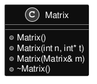
Above: inline_umlgraph_1.png in kluchoo/Matrix (PlantUML), before the change.
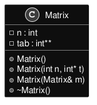
After the change.

Diff of the diagram source:
```diff
@@ -3,6 +3,8 @@
 skinparam backgroundColor transparent
 
 class Matrix {
+-n : int
+-tab : int**
 +Matrix()
 +Matrix(int n, int* t)
 +Matrix(Matrix& m)
```
